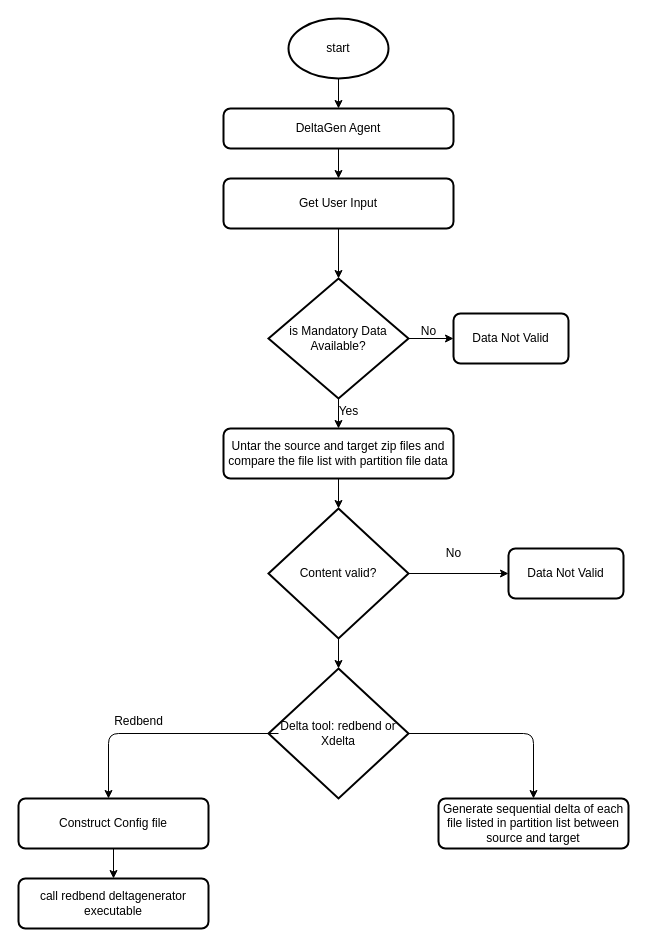
Earlier version of the draw.io diagram deltaGen_Agent/delta.drawio (Nagesh341/DeltaGen). Source tidied: cells renumbered, new cells numbered last; positions are measured from the earlier drawing's top-left corner, leaving out a move shared by most shapes. Both pictures are drawn from the tidied source at 100%, with x=0, y=0 at pixel (18, 18).
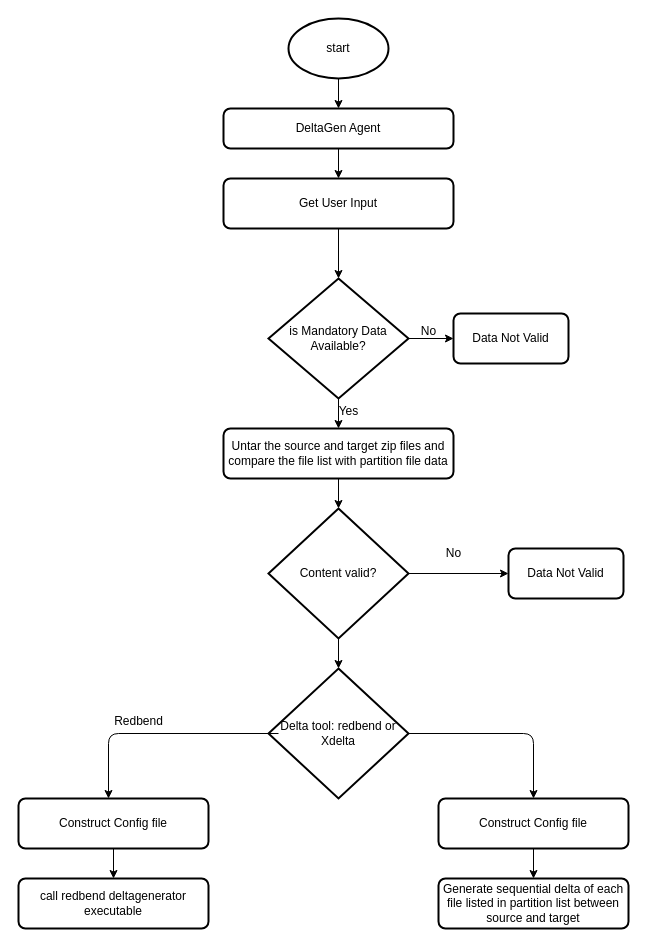
After the change.

The change refers to these unchanged cells:
```xml
<mxCell id="21" value="Delta tool: redbend or Xdelta" style="strokeWidth=2;html=1;shape=mxgraph.flowchart.decision;whiteSpace=wrap;" parent="1" vertex="1">
  <mxGeometry x="250" y="650" width="140" height="130" as="geometry" />
</mxCell>
```

What changed in the source:
```diff
@@
-    <mxCell id="20" style="edgeStyle=none;html=1;entryX=0.5;entryY=0;entryDx=0;entryDy=0;" parent="1" edge="1" source="21" target="28">
+    <mxCell id="20" style="edgeStyle=none;html=1;entryX=0.5;entryY=0;entryDx=0;entryDy=0;" parent="1" edge="1" source="21" target="30">
       <mxGeometry relative="1" as="geometry">
         <Array as="points">
           <mxPoint x="515" y="715" />
         </Array>
       </mxGeometry>
     </mxCell>
@@
     <mxCell id="28" value="Generate sequential delta of each file listed in partition list between source and target" style="rounded=1;whiteSpace=wrap;html=1;absoluteArcSize=1;arcSize=14;strokeWidth=2;" parent="1" vertex="1">
-      <mxGeometry x="420" y="780" width="190" height="50" as="geometry" />
+      <mxGeometry x="420" y="860" width="190" height="50" as="geometry" />
     </mxCell>
+    <mxCell id="29" style="edgeStyle=none;html=1;" parent="1" edge="1" source="30" target="28">
+      <mxGeometry relative="1" as="geometry" />
+    </mxCell>
+    <mxCell id="30" value="Construct Config file" style="rounded=1;whiteSpace=wrap;html=1;absoluteArcSize=1;arcSize=14;strokeWidth=2;" parent="1" vertex="1">
+      <mxGeometry x="420" y="780" width="190" height="50" as="geometry" />
+    </mxCell>
```
